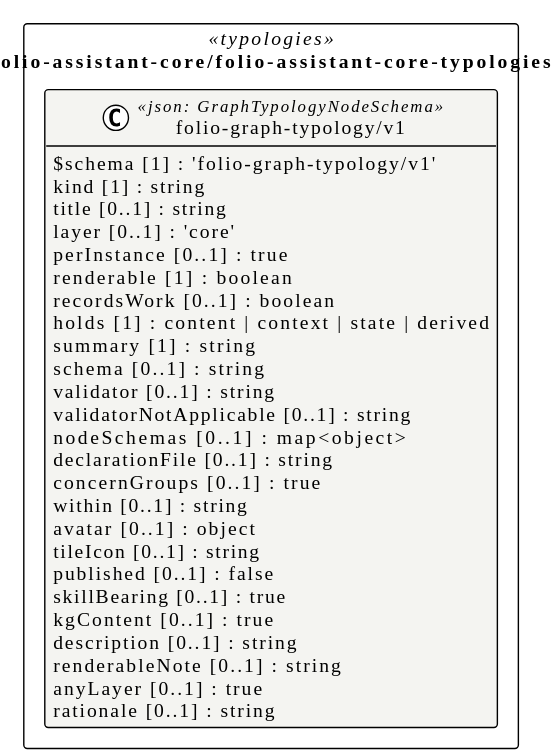
Above: assets/img/uml/overview/folio-assistant-core/folio-assistant-core-typologies.svg in litlfred/smart-trust (PlantUML), before the change. Source of this version:
```plantuml
@startuml
!pragma layout elk
!theme plain
skinparam classAttributeIconSize 0
skinparam shadowing false
skinparam packageStyle rectangle
hide empty methods

package "folio-assistant-core/folio-assistant-core-typologies" as pkg_folio_assistant_core_folio_assistant_core_typologies <<typologies>> {
  class "folio-graph-typology/v1" as folio_assistant_core_folio_assistant_core_typologies_folio_graph_typology_v1_folio_graph_typology_v1 <<json: GraphTypologyNodeSchema>> #f4f4f1 {
    $schema [1] : 'folio-graph-typology/v1'
    kind [1] : string
    title [0..1] : string
    layer [0..1] : 'core'
    perInstance [0..1] : true
    renderable [1] : boolean
    recordsWork [0..1] : boolean
    holds [1] : content | context | state | derived
    summary [1] : string
    schema [0..1] : string
    validator [0..1] : string
    validatorNotApplicable [0..1] : string
    nodeSchemas [0..1] : map<object>
    declarationFile [0..1] : string
    concernGroups [0..1] : true
    within [0..1] : string
    avatar [0..1] : object
    tileIcon [0..1] : string
    published [0..1] : false
    skillBearing [0..1] : true
    kgContent [0..1] : true
    description [0..1] : string
    renderableNote [0..1] : string
    anyLayer [0..1] : true
    rationale [0..1] : string
  }
}
@enduml
```
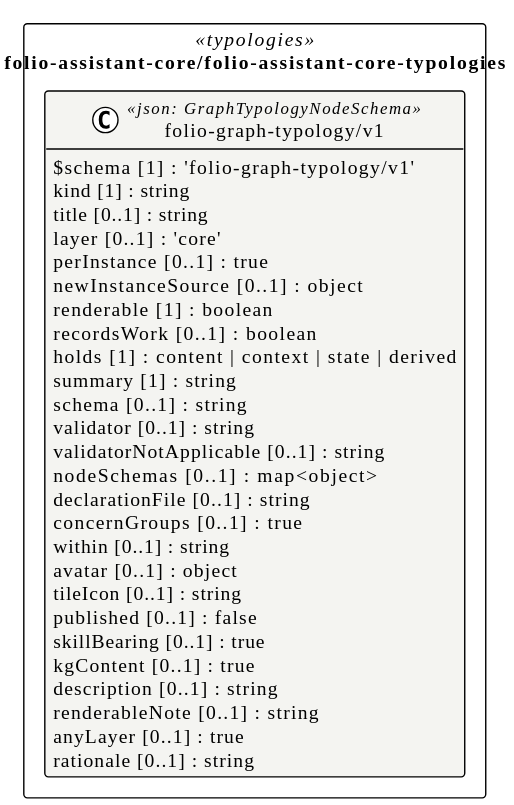
Above is the later version.

Diff of the diagram source:
```diff
@@ -13,6 +13,7 @@
     title [0..1] : string
     layer [0..1] : 'core'
     perInstance [0..1] : true
+    newInstanceSource [0..1] : object
     renderable [1] : boolean
     recordsWork [0..1] : boolean
     holds [1] : content | context | state | derived
```
